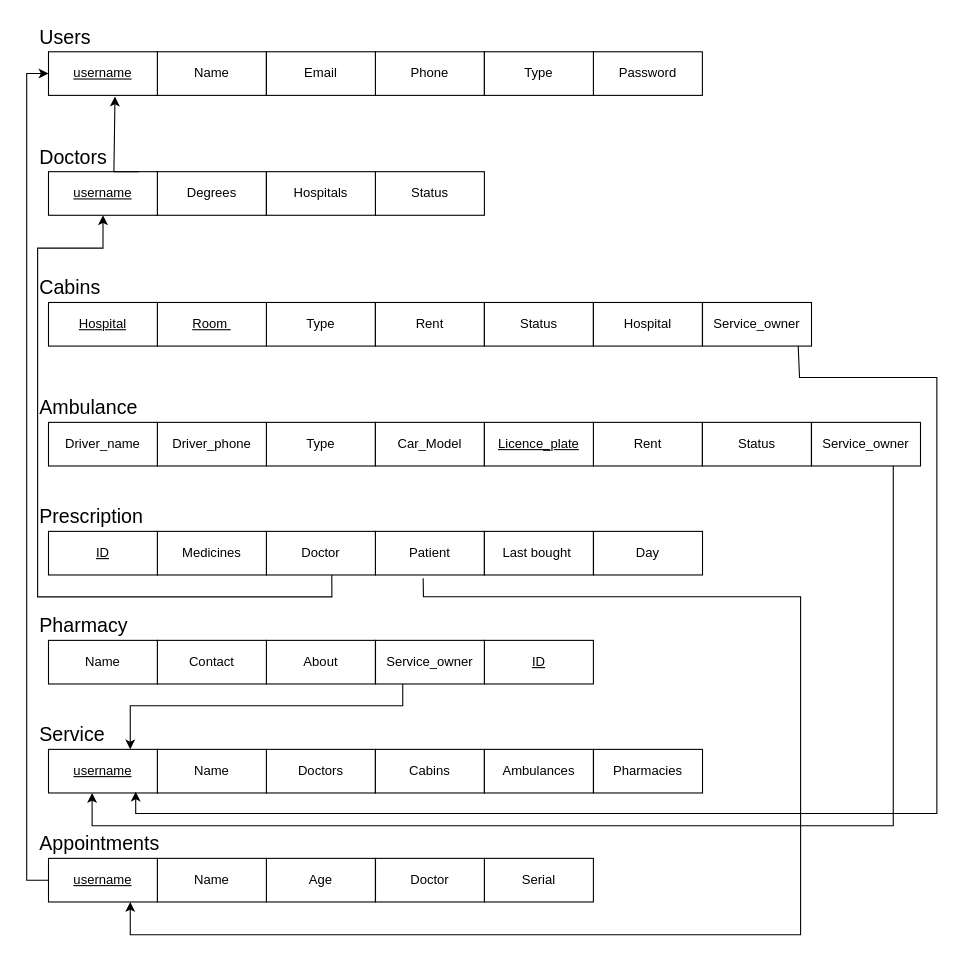
Earlier version of the draw.io diagram Untitled Diagram.drawio (asiradnan/drawio). Source tidied: cells renumbered, new cells numbered last; positions are measured from the earlier drawing's top-left corner, leaving out a move shared by most shapes. Both pictures are drawn from the tidied source at 109%, with x=0, y=0 at pixel (26, 19).
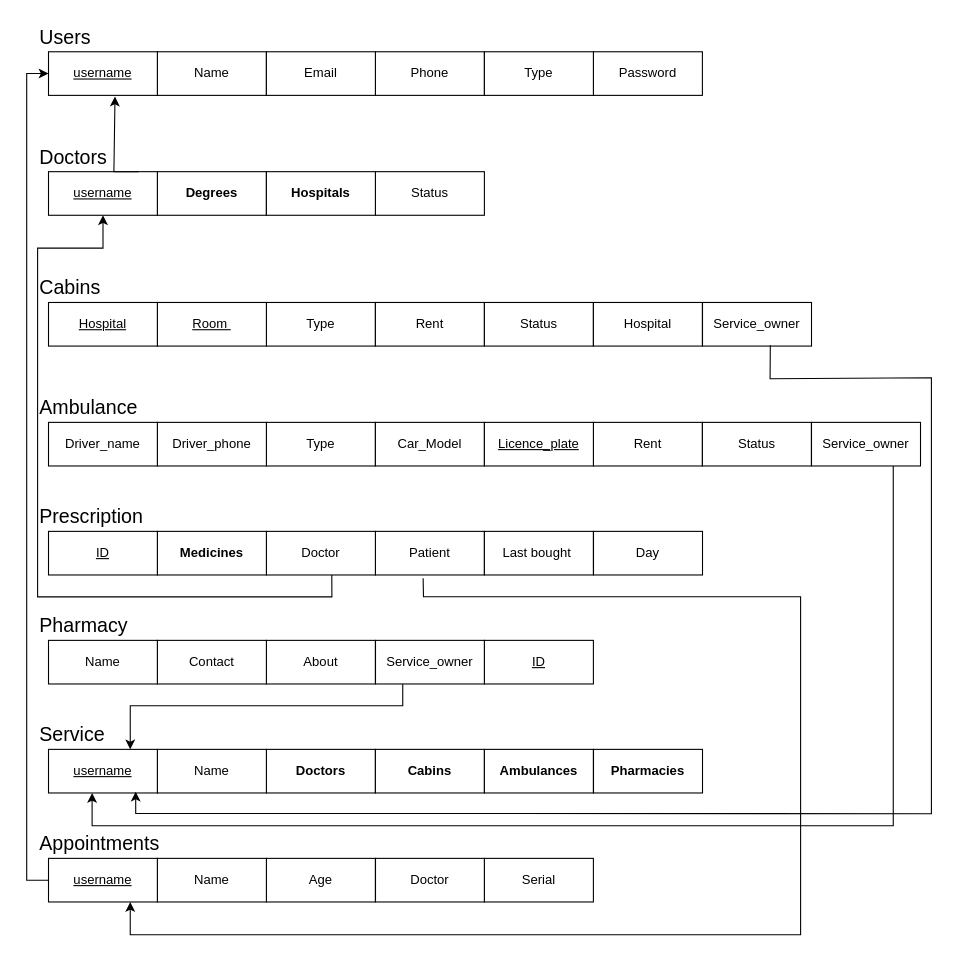
The same diagram, later.

Commit message:
Refined (marked mongo needy and improved outlook)

Unchanged cells that the change refers to:
```xml
<mxCell id="47" value="Service_owner" style="whiteSpace=wrap;html=1;align=center;" parent="1" vertex="1">
  <mxGeometry x="620" y="260" width="100" height="40" as="geometry" />
</mxCell>
```

What changed in the source:
```diff
@@
-    <mxCell id="12" value="Degrees" style="whiteSpace=wrap;html=1;align=center;" parent="1" vertex="1">
+    <mxCell id="12" value="&lt;b&gt;Degrees&lt;/b&gt;" style="whiteSpace=wrap;html=1;align=center;" parent="1" vertex="1">
       <mxGeometry x="119.9" y="140" width="100" height="40" as="geometry" />
     </mxCell>
-    <mxCell id="13" value="Hospitals" style="whiteSpace=wrap;html=1;align=center;" parent="1" vertex="1">
+    <mxCell id="13" value="&lt;b&gt;Hospitals&lt;/b&gt;" style="whiteSpace=wrap;html=1;align=center;" parent="1" vertex="1">
       <mxGeometry x="219.9" y="140" width="100" height="40" as="geometry" />
     </mxCell>
@@
-    <mxCell id="34" value="Medicines" style="whiteSpace=wrap;html=1;align=center;" parent="1" vertex="1">
+    <mxCell id="34" value="&lt;b&gt;Medicines&lt;/b&gt;" style="whiteSpace=wrap;html=1;align=center;" parent="1" vertex="1">
       <mxGeometry x="119.9" y="470" width="100" height="40" as="geometry" />
     </mxCell>
@@
-    <mxCell id="41" value="Doctors" style="whiteSpace=wrap;html=1;align=center;" parent="1" vertex="1">
+    <mxCell id="41" value="&lt;b&gt;Doctors&lt;/b&gt;" style="whiteSpace=wrap;html=1;align=center;" parent="1" vertex="1">
       <mxGeometry x="219.9" y="670" width="100" height="40" as="geometry" />
     </mxCell>
@@
-    <mxCell id="43" value="Cabins" style="whiteSpace=wrap;html=1;align=center;" parent="1" vertex="1">
+    <mxCell id="43" value="&lt;b&gt;Cabins&lt;/b&gt;" style="whiteSpace=wrap;html=1;align=center;" parent="1" vertex="1">
       <mxGeometry x="319.9" y="670" width="100" height="40" as="geometry" />
     </mxCell>
-    <mxCell id="44" value="Ambulances" style="whiteSpace=wrap;html=1;align=center;" parent="1" vertex="1">
+    <mxCell id="44" value="&lt;b&gt;Ambulances&lt;/b&gt;" style="whiteSpace=wrap;html=1;align=center;" parent="1" vertex="1">
       <mxGeometry x="419.9" y="670" width="100" height="40" as="geometry" />
     </mxCell>
-    <mxCell id="45" value="Pharmacies" style="whiteSpace=wrap;html=1;align=center;" parent="1" vertex="1">
+    <mxCell id="45" value="&lt;b&gt;Pharmacies&lt;/b&gt;" style="whiteSpace=wrap;html=1;align=center;" parent="1" vertex="1">
       <mxGeometry x="520" y="670" width="100" height="40" as="geometry" />
     </mxCell>
@@
-    <mxCell id="50" style="endArrow=classic;html=1;rounded=0;entryX=0.75;entryY=1;entryDx=0;entryDy=0;exitX=0.828;exitY=1.031;exitDx=0;exitDy=0;exitPerimeter=0;" parent="1" edge="1">
+    <mxCell id="50" style="endArrow=classic;html=1;rounded=0;entryX=0.75;entryY=1;entryDx=0;entryDy=0;exitX=0.622;exitY=0.982;exitDx=0;exitDy=0;exitPerimeter=0;" parent="1" edge="1" source="47">
       <mxGeometry relative="1" as="geometry">
-        <mxPoint x="707.8" y="300" as="sourcePoint" />
         <mxPoint x="100" y="708.8" as="targetPoint" />
         <Array as="points">
-          <mxPoint x="709" y="328.8" />
-          <mxPoint x="835" y="328.8" />
-          <mxPoint x="835" y="728.8" />
+          <mxPoint x="682" y="330" />
+          <mxPoint x="830" y="329" />
+          <mxPoint x="830" y="729" />
           <mxPoint x="100" y="728.8" />
         </Array>
       </mxGeometry>
     </mxCell>
```
